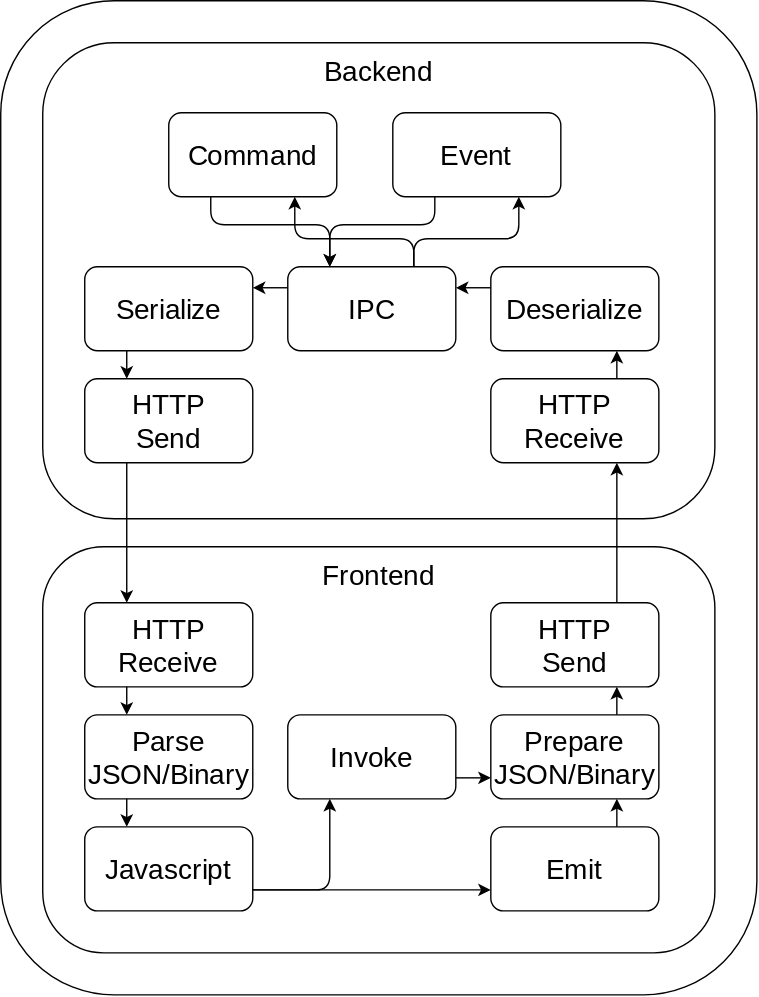
tauri-apps/tauri-docs keeps this draw.io diagram as src/assets/diagrams/ipc.drawio.svg. Above is the earlier version. Source tidied: cells renumbered, new cells last; positions are measured from the earlier drawing's top-left corner, leaving out a move shared by most shapes. Its diagram source:
```xml
<mxGraphModel>
  <root>
    <mxCell id="0" />
    <mxCell id="1" parent="0" />
    <mxCell id="2" style="rounded=1;whiteSpace=wrap;html=1;fillColor=none;" parent="1" vertex="1">
      <mxGeometry width="540" height="710" as="geometry" />
    </mxCell>
    <mxCell id="3" style="rounded=1;whiteSpace=wrap;html=1;fillColor=none;" parent="1" vertex="1">
      <mxGeometry x="30" y="390" width="480" height="290" as="geometry" />
    </mxCell>
    <mxCell id="4" style="rounded=1;whiteSpace=wrap;html=1;fillColor=none;" parent="1" vertex="1">
      <mxGeometry x="30" y="30" width="480" height="340" as="geometry" />
    </mxCell>
    <mxCell id="5" style="edgeStyle=none;html=1;exitX=0.25;exitY=1;exitDx=0;exitDy=0;entryX=0.25;entryY=0;entryDx=0;entryDy=0;fontFamily=Architects Daughter;fontSource=https%3A%2F%2Ffonts.googleapis.com%2Fcss%3Ffamily%3DArchitects%2BDaughter;fontSize=20;fontColor=default;" parent="1" edge="1" source="6" target="18">
      <mxGeometry relative="1" as="geometry">
        <Array as="points">
          <mxPoint x="150" y="160" />
          <mxPoint x="235" y="160" />
        </Array>
      </mxGeometry>
    </mxCell>
    <mxCell id="6" value="Command" style="rounded=1;whiteSpace=wrap;html=1;hachureGap=4;fontFamily=Architects Daughter;fontSource=https%3A%2F%2Ffonts.googleapis.com%2Fcss%3Ffamily%3DArchitects%2BDaughter;fontSize=20;fillColor=none;" parent="1" vertex="1">
      <mxGeometry x="120" y="80" width="120" height="60" as="geometry" />
    </mxCell>
    <mxCell id="7" style="edgeStyle=none;html=1;exitX=0.25;exitY=1;exitDx=0;exitDy=0;entryX=0.25;entryY=0;entryDx=0;entryDy=0;fontFamily=Architects Daughter;fontSource=https%3A%2F%2Ffonts.googleapis.com%2Fcss%3Ffamily%3DArchitects%2BDaughter;fontSize=20;fontColor=default;" parent="1" edge="1" source="8" target="18">
      <mxGeometry relative="1" as="geometry">
        <Array as="points">
          <mxPoint x="310" y="160" />
          <mxPoint x="235" y="160" />
        </Array>
      </mxGeometry>
    </mxCell>
    <mxCell id="8" value="Event" style="rounded=1;whiteSpace=wrap;html=1;hachureGap=4;fontFamily=Architects Daughter;fontSource=https%3A%2F%2Ffonts.googleapis.com%2Fcss%3Ffamily%3DArchitects%2BDaughter;fontSize=20;fillColor=none;" parent="1" vertex="1">
      <mxGeometry x="280" y="80" width="120" height="60" as="geometry" />
    </mxCell>
    <mxCell id="9" style="edgeStyle=none;html=1;exitX=0.25;exitY=1;exitDx=0;exitDy=0;entryX=0.25;entryY=0;entryDx=0;entryDy=0;fontFamily=Architects Daughter;fontSource=https%3A%2F%2Ffonts.googleapis.com%2Fcss%3Ffamily%3DArchitects%2BDaughter;fontSize=20;fontColor=default;" parent="1" edge="1" source="10" target="12">
      <mxGeometry relative="1" as="geometry" />
    </mxCell>
    <mxCell id="10" value="HTTP&lt;br&gt;Receive" style="rounded=1;whiteSpace=wrap;html=1;hachureGap=4;fontFamily=Architects Daughter;fontSource=https%3A%2F%2Ffonts.googleapis.com%2Fcss%3Ffamily%3DArchitects%2BDaughter;fontSize=20;fillColor=none;" parent="1" vertex="1">
      <mxGeometry x="60" y="430" width="120" height="60" as="geometry" />
    </mxCell>
    <mxCell id="11" style="edgeStyle=none;html=1;exitX=0.25;exitY=1;exitDx=0;exitDy=0;entryX=0.25;entryY=0;entryDx=0;entryDy=0;fontFamily=Architects Daughter;fontSource=https%3A%2F%2Ffonts.googleapis.com%2Fcss%3Ffamily%3DArchitects%2BDaughter;fontSize=20;fontColor=default;" parent="1" edge="1" source="12" target="31">
      <mxGeometry relative="1" as="geometry" />
    </mxCell>
    <mxCell id="12" value="Parse&lt;br&gt;JSON/Binary" style="rounded=1;whiteSpace=wrap;html=1;hachureGap=4;fontFamily=Architects Daughter;fontSource=https%3A%2F%2Ffonts.googleapis.com%2Fcss%3Ffamily%3DArchitects%2BDaughter;fontSize=20;fillColor=none;" parent="1" vertex="1">
      <mxGeometry x="60" y="510" width="120" height="60" as="geometry" />
    </mxCell>
    <mxCell id="13" value="Backend" style="text;html=1;strokeColor=none;fillColor=none;align=center;verticalAlign=middle;whiteSpace=wrap;rounded=0;fontFamily=Architects Daughter;fontSource=https%3A%2F%2Ffonts.googleapis.com%2Fcss%3Ffamily%3DArchitects%2BDaughter;labelBorderColor=none;labelBackgroundColor=none;fontColor=default;fontSize=20;perimeter=none;strokeOpacity=0;fillOpacity=0;noLabel=0;comic=0;" parent="1" vertex="1">
      <mxGeometry x="225" y="30" width="90" height="40" as="geometry" />
    </mxCell>
    <mxCell id="14" value="Frontend" style="text;html=1;strokeColor=none;fillColor=none;align=center;verticalAlign=middle;whiteSpace=wrap;rounded=0;fontFamily=Architects Daughter;fontSource=https%3A%2F%2Ffonts.googleapis.com%2Fcss%3Ffamily%3DArchitects%2BDaughter;labelBorderColor=none;labelBackgroundColor=none;fontColor=default;fontSize=20;" parent="1" vertex="1">
      <mxGeometry x="225" y="390" width="90" height="40" as="geometry" />
    </mxCell>
    <mxCell id="15" style="edgeStyle=none;html=1;exitX=0;exitY=0.25;exitDx=0;exitDy=0;entryX=1;entryY=0.25;entryDx=0;entryDy=0;fontFamily=Architects Daughter;fontSource=https%3A%2F%2Ffonts.googleapis.com%2Fcss%3Ffamily%3DArchitects%2BDaughter;fontSize=20;fontColor=default;" parent="1" edge="1" source="18" target="20">
      <mxGeometry relative="1" as="geometry" />
    </mxCell>
    <mxCell id="16" style="edgeStyle=none;html=1;exitX=0.75;exitY=0;exitDx=0;exitDy=0;entryX=0.75;entryY=1;entryDx=0;entryDy=0;fontFamily=Architects Daughter;fontSource=https%3A%2F%2Ffonts.googleapis.com%2Fcss%3Ffamily%3DArchitects%2BDaughter;fontSize=20;fontColor=default;" parent="1" edge="1" source="18" target="8">
      <mxGeometry relative="1" as="geometry">
        <Array as="points">
          <mxPoint x="295" y="170" />
          <mxPoint x="370" y="170" />
        </Array>
      </mxGeometry>
    </mxCell>
    <mxCell id="17" style="edgeStyle=none;html=1;exitX=0.75;exitY=0;exitDx=0;exitDy=0;entryX=0.75;entryY=1;entryDx=0;entryDy=0;fontFamily=Architects Daughter;fontSource=https%3A%2F%2Ffonts.googleapis.com%2Fcss%3Ffamily%3DArchitects%2BDaughter;fontSize=20;fontColor=default;" parent="1" edge="1" source="18" target="6">
      <mxGeometry relative="1" as="geometry">
        <Array as="points">
          <mxPoint x="295" y="170" />
          <mxPoint x="210" y="170" />
        </Array>
      </mxGeometry>
    </mxCell>
    <mxCell id="18" value="IPC" style="rounded=1;whiteSpace=wrap;html=1;hachureGap=4;fontFamily=Architects Daughter;fontSource=https%3A%2F%2Ffonts.googleapis.com%2Fcss%3Ffamily%3DArchitects%2BDaughter;fontSize=20;fillColor=none;" parent="1" vertex="1">
      <mxGeometry x="205" y="190" width="120" height="60" as="geometry" />
    </mxCell>
    <mxCell id="19" style="edgeStyle=none;html=1;exitX=0.25;exitY=1;exitDx=0;exitDy=0;entryX=0.25;entryY=0;entryDx=0;entryDy=0;fontFamily=Architects Daughter;fontSource=https%3A%2F%2Ffonts.googleapis.com%2Fcss%3Ffamily%3DArchitects%2BDaughter;fontSize=20;fontColor=default;" parent="1" edge="1" source="20" target="24">
      <mxGeometry relative="1" as="geometry" />
    </mxCell>
    <mxCell id="20" value="Serialize" style="rounded=1;whiteSpace=wrap;html=1;hachureGap=4;fontFamily=Architects Daughter;fontSource=https%3A%2F%2Ffonts.googleapis.com%2Fcss%3Ffamily%3DArchitects%2BDaughter;fontSize=20;fillColor=none;" parent="1" vertex="1">
      <mxGeometry x="60" y="190" width="120" height="60" as="geometry" />
    </mxCell>
    <mxCell id="21" style="edgeStyle=none;html=1;exitX=0;exitY=0.25;exitDx=0;exitDy=0;entryX=1;entryY=0.25;entryDx=0;entryDy=0;fontFamily=Architects Daughter;fontSource=https%3A%2F%2Ffonts.googleapis.com%2Fcss%3Ffamily%3DArchitects%2BDaughter;fontSize=20;fontColor=default;" parent="1" edge="1" source="22" target="18">
      <mxGeometry relative="1" as="geometry" />
    </mxCell>
    <mxCell id="22" value="Deserialize" style="rounded=1;whiteSpace=wrap;html=1;hachureGap=4;fontFamily=Architects Daughter;fontSource=https%3A%2F%2Ffonts.googleapis.com%2Fcss%3Ffamily%3DArchitects%2BDaughter;fontSize=20;fillColor=none;" parent="1" vertex="1">
      <mxGeometry x="350" y="190" width="120" height="60" as="geometry" />
    </mxCell>
    <mxCell id="23" style="edgeStyle=none;html=1;exitX=0.25;exitY=1;exitDx=0;exitDy=0;entryX=0.25;entryY=0;entryDx=0;entryDy=0;fontFamily=Architects Daughter;fontSource=https%3A%2F%2Ffonts.googleapis.com%2Fcss%3Ffamily%3DArchitects%2BDaughter;fontSize=20;fontColor=default;" parent="1" edge="1" source="24" target="10">
      <mxGeometry relative="1" as="geometry" />
    </mxCell>
    <mxCell id="24" value="HTTP&lt;br&gt;Send" style="rounded=1;whiteSpace=wrap;html=1;hachureGap=4;fontFamily=Architects Daughter;fontSource=https%3A%2F%2Ffonts.googleapis.com%2Fcss%3Ffamily%3DArchitects%2BDaughter;fontSize=20;fillColor=none;" parent="1" vertex="1">
      <mxGeometry x="60" y="270" width="120" height="60" as="geometry" />
    </mxCell>
    <mxCell id="25" style="edgeStyle=none;html=1;exitX=0.75;exitY=0;exitDx=0;exitDy=0;entryX=0.75;entryY=1;entryDx=0;entryDy=0;fontFamily=Architects Daughter;fontSource=https%3A%2F%2Ffonts.googleapis.com%2Fcss%3Ffamily%3DArchitects%2BDaughter;fontSize=20;fontColor=default;" parent="1" edge="1" source="26" target="22">
      <mxGeometry relative="1" as="geometry" />
    </mxCell>
    <mxCell id="26" value="HTTP&lt;br&gt;Receive" style="rounded=1;whiteSpace=wrap;html=1;hachureGap=4;fontFamily=Architects Daughter;fontSource=https%3A%2F%2Ffonts.googleapis.com%2Fcss%3Ffamily%3DArchitects%2BDaughter;fontSize=20;fillColor=none;" parent="1" vertex="1">
      <mxGeometry x="350" y="270" width="120" height="60" as="geometry" />
    </mxCell>
    <mxCell id="27" style="edgeStyle=none;html=1;exitX=0.75;exitY=0;exitDx=0;exitDy=0;entryX=0.75;entryY=1;entryDx=0;entryDy=0;fontFamily=Architects Daughter;fontSource=https%3A%2F%2Ffonts.googleapis.com%2Fcss%3Ffamily%3DArchitects%2BDaughter;fontSize=20;fontColor=default;" parent="1" edge="1" source="28" target="26">
      <mxGeometry relative="1" as="geometry" />
    </mxCell>
    <mxCell id="28" value="HTTP&lt;br&gt;Send" style="rounded=1;whiteSpace=wrap;html=1;hachureGap=4;fontFamily=Architects Daughter;fontSource=https%3A%2F%2Ffonts.googleapis.com%2Fcss%3Ffamily%3DArchitects%2BDaughter;fontSize=20;fillColor=none;" parent="1" vertex="1">
      <mxGeometry x="350" y="430" width="120" height="60" as="geometry" />
    </mxCell>
    <mxCell id="29" style="edgeStyle=none;html=1;exitX=1;exitY=0.75;exitDx=0;exitDy=0;entryX=0.25;entryY=1;entryDx=0;entryDy=0;fontFamily=Architects Daughter;fontSource=https%3A%2F%2Ffonts.googleapis.com%2Fcss%3Ffamily%3DArchitects%2BDaughter;fontSize=20;fontColor=default;" parent="1" edge="1" source="31" target="35">
      <mxGeometry relative="1" as="geometry">
        <Array as="points">
          <mxPoint x="235" y="635" />
        </Array>
      </mxGeometry>
    </mxCell>
    <mxCell id="30" style="edgeStyle=none;html=1;exitX=1;exitY=0.75;exitDx=0;exitDy=0;entryX=0;entryY=0.75;entryDx=0;entryDy=0;fontFamily=Architects Daughter;fontSource=https%3A%2F%2Ffonts.googleapis.com%2Fcss%3Ffamily%3DArchitects%2BDaughter;fontSize=20;fontColor=default;" parent="1" edge="1" source="31" target="33">
      <mxGeometry relative="1" as="geometry" />
    </mxCell>
    <mxCell id="31" value="Javascript" style="rounded=1;whiteSpace=wrap;html=1;hachureGap=4;fontFamily=Architects Daughter;fontSource=https%3A%2F%2Ffonts.googleapis.com%2Fcss%3Ffamily%3DArchitects%2BDaughter;fontSize=20;fillColor=none;" parent="1" vertex="1">
      <mxGeometry x="60" y="590" width="120" height="60" as="geometry" />
    </mxCell>
    <mxCell id="32" style="edgeStyle=none;html=1;exitX=0.75;exitY=0;exitDx=0;exitDy=0;entryX=0.75;entryY=1;entryDx=0;entryDy=0;fontFamily=Architects Daughter;fontSource=https%3A%2F%2Ffonts.googleapis.com%2Fcss%3Ffamily%3DArchitects%2BDaughter;fontSize=20;fontColor=default;" parent="1" edge="1" source="33" target="37">
      <mxGeometry relative="1" as="geometry" />
    </mxCell>
    <mxCell id="33" value="Emit" style="rounded=1;whiteSpace=wrap;html=1;hachureGap=4;fontFamily=Architects Daughter;fontSource=https%3A%2F%2Ffonts.googleapis.com%2Fcss%3Ffamily%3DArchitects%2BDaughter;fontSize=20;fillColor=none;" parent="1" vertex="1">
      <mxGeometry x="350" y="590" width="120" height="60" as="geometry" />
    </mxCell>
    <mxCell id="34" style="edgeStyle=none;html=1;exitX=1;exitY=0.75;exitDx=0;exitDy=0;entryX=0;entryY=0.75;entryDx=0;entryDy=0;fontFamily=Architects Daughter;fontSource=https%3A%2F%2Ffonts.googleapis.com%2Fcss%3Ffamily%3DArchitects%2BDaughter;fontSize=20;fontColor=default;" parent="1" edge="1" source="35" target="37">
      <mxGeometry relative="1" as="geometry" />
    </mxCell>
    <mxCell id="35" value="Invoke" style="rounded=1;whiteSpace=wrap;html=1;hachureGap=4;fontFamily=Architects Daughter;fontSource=https%3A%2F%2Ffonts.googleapis.com%2Fcss%3Ffamily%3DArchitects%2BDaughter;fontSize=20;fillColor=none;" parent="1" vertex="1">
      <mxGeometry x="205" y="510" width="120" height="60" as="geometry" />
    </mxCell>
    <mxCell id="36" style="edgeStyle=none;html=1;exitX=0.75;exitY=0;exitDx=0;exitDy=0;entryX=0.75;entryY=1;entryDx=0;entryDy=0;fontFamily=Architects Daughter;fontSource=https%3A%2F%2Ffonts.googleapis.com%2Fcss%3Ffamily%3DArchitects%2BDaughter;fontSize=20;fontColor=default;" parent="1" edge="1" source="37" target="28">
      <mxGeometry relative="1" as="geometry" />
    </mxCell>
    <mxCell id="37" value="Prepare&lt;br&gt;JSON/Binary" style="rounded=1;whiteSpace=wrap;html=1;hachureGap=4;fontFamily=Architects Daughter;fontSource=https%3A%2F%2Ffonts.googleapis.com%2Fcss%3Ffamily%3DArchitects%2BDaughter;fontSize=20;fillColor=none;" parent="1" vertex="1">
      <mxGeometry x="350" y="510" width="120" height="60" as="geometry" />
    </mxCell>
  </root>
</mxGraphModel>
```
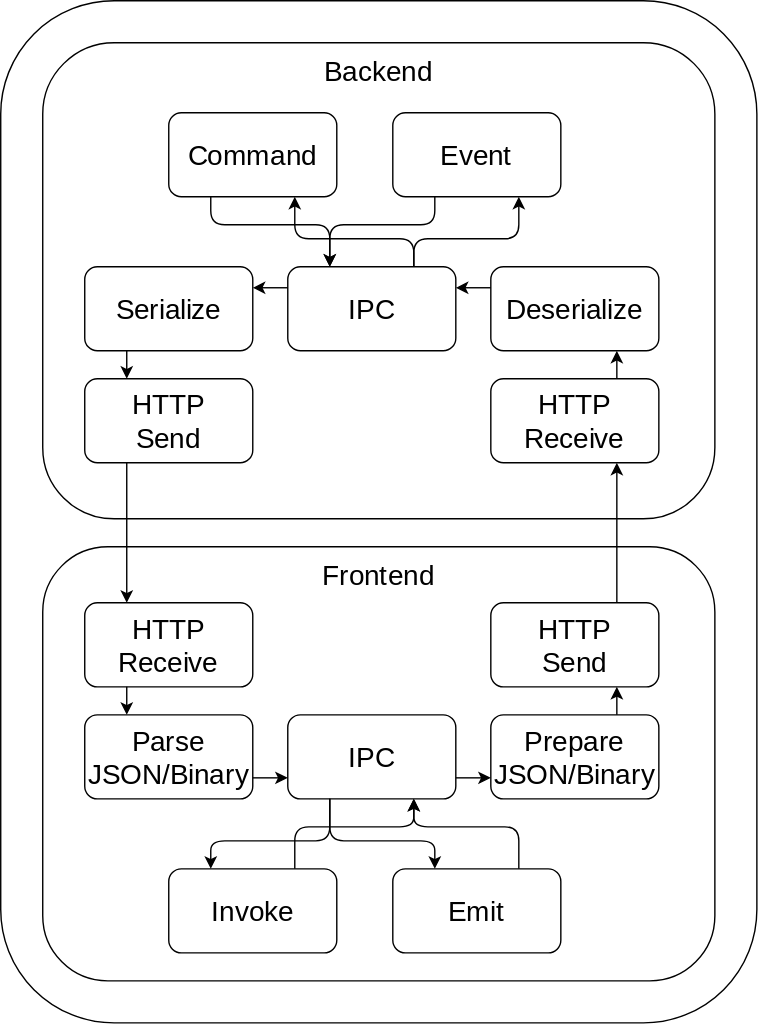
The same file after the commit.

Diff of the diagram source:
```diff
@@ -3,10 +3,10 @@
     <mxCell id="0" />
     <mxCell id="1" parent="0" />
     <mxCell id="2" style="rounded=1;whiteSpace=wrap;html=1;fillColor=none;" parent="1" vertex="1">
-      <mxGeometry width="540" height="710" as="geometry" />
+      <mxGeometry width="540" height="730" as="geometry" />
     </mxCell>
     <mxCell id="3" style="rounded=1;whiteSpace=wrap;html=1;fillColor=none;" parent="1" vertex="1">
-      <mxGeometry x="30" y="390" width="480" height="290" as="geometry" />
+      <mxGeometry x="30" y="390" width="480" height="310" as="geometry" />
     </mxCell>
     <mxCell id="4" style="rounded=1;whiteSpace=wrap;html=1;fillColor=none;" parent="1" vertex="1">
       <mxGeometry x="30" y="30" width="480" height="340" as="geometry" />
@@ -39,7 +39,7 @@
     <mxCell id="10" value="HTTP&lt;br&gt;Receive" style="rounded=1;whiteSpace=wrap;html=1;hachureGap=4;fontFamily=Architects Daughter;fontSource=https%3A%2F%2Ffonts.googleapis.com%2Fcss%3Ffamily%3DArchitects%2BDaughter;fontSize=20;fillColor=none;" parent="1" vertex="1">
       <mxGeometry x="60" y="430" width="120" height="60" as="geometry" />
     </mxCell>
-    <mxCell id="11" style="edgeStyle=none;html=1;exitX=0.25;exitY=1;exitDx=0;exitDy=0;entryX=0.25;entryY=0;entryDx=0;entryDy=0;fontFamily=Architects Daughter;fontSource=https%3A%2F%2Ffonts.googleapis.com%2Fcss%3Ffamily%3DArchitects%2BDaughter;fontSize=20;fontColor=default;" parent="1" edge="1" source="12" target="31">
+    <mxCell id="11" style="edgeStyle=none;html=1;exitX=1;exitY=0.75;exitDx=0;exitDy=0;entryX=0;entryY=0.75;entryDx=0;entryDy=0;fontFamily=Architects Daughter;fontSource=https%3A%2F%2Ffonts.googleapis.com%2Fcss%3Ffamily%3DArchitects%2BDaughter;fontSize=20;fontColor=default;" parent="1" edge="1" source="12" target="31">
       <mxGeometry relative="1" as="geometry" />
     </mxCell>
     <mxCell id="12" value="Parse&lt;br&gt;JSON/Binary" style="rounded=1;whiteSpace=wrap;html=1;hachureGap=4;fontFamily=Architects Daughter;fontSource=https%3A%2F%2Ffonts.googleapis.com%2Fcss%3Ffamily%3DArchitects%2BDaughter;fontSize=20;fillColor=none;" parent="1" vertex="1">
@@ -103,30 +103,49 @@
     <mxCell id="28" value="HTTP&lt;br&gt;Send" style="rounded=1;whiteSpace=wrap;html=1;hachureGap=4;fontFamily=Architects Daughter;fontSource=https%3A%2F%2Ffonts.googleapis.com%2Fcss%3Ffamily%3DArchitects%2BDaughter;fontSize=20;fillColor=none;" parent="1" vertex="1">
       <mxGeometry x="350" y="430" width="120" height="60" as="geometry" />
     </mxCell>
+    <mxCell id="38" style="edgeStyle=none;html=1;exitX=1;exitY=0.75;exitDx=0;exitDy=0;entryX=0;entryY=0.75;entryDx=0;entryDy=0;fontFamily=Architects Daughter;fontSource=https%3A%2F%2Ffonts.googleapis.com%2Fcss%3Ffamily%3DArchitects%2BDaughter;fontSize=20;fontColor=default;" parent="1" edge="1" source="31" target="37">
+      <mxGeometry relative="1" as="geometry" />
+    </mxCell>
-    <mxCell id="29" style="edgeStyle=none;html=1;exitX=1;exitY=0.75;exitDx=0;exitDy=0;entryX=0.25;entryY=1;entryDx=0;entryDy=0;fontFamily=Architects Daughter;fontSource=https%3A%2F%2Ffonts.googleapis.com%2Fcss%3Ffamily%3DArchitects%2BDaughter;fontSize=20;fontColor=default;" parent="1" edge="1" source="31" target="35">
+    <mxCell id="29" style="edgeStyle=none;html=1;exitX=0.25;exitY=1;exitDx=0;exitDy=0;entryX=0.25;entryY=0;entryDx=0;entryDy=0;fontFamily=Architects Daughter;fontSource=https%3A%2F%2Ffonts.googleapis.com%2Fcss%3Ffamily%3DArchitects%2BDaughter;fontSize=20;fontColor=default;" parent="1" edge="1" source="31" target="35">
       <mxGeometry relative="1" as="geometry">
         <Array as="points">
-          <mxPoint x="235" y="635" />
+          <mxPoint x="235" y="600" />
+          <mxPoint x="150" y="600" />
         </Array>
       </mxGeometry>
     </mxCell>
-    <mxCell id="30" style="edgeStyle=none;html=1;exitX=1;exitY=0.75;exitDx=0;exitDy=0;entryX=0;entryY=0.75;entryDx=0;entryDy=0;fontFamily=Architects Daughter;fontSource=https%3A%2F%2Ffonts.googleapis.com%2Fcss%3Ffamily%3DArchitects%2BDaughter;fontSize=20;fontColor=default;" parent="1" edge="1" source="31" target="33">
-      <mxGeometry relative="1" as="geometry" />
+    <mxCell id="30" style="edgeStyle=none;html=1;exitX=0.25;exitY=1;exitDx=0;exitDy=0;entryX=0.25;entryY=0;entryDx=0;entryDy=0;fontFamily=Architects Daughter;fontSource=https%3A%2F%2Ffonts.googleapis.com%2Fcss%3Ffamily%3DArchitects%2BDaughter;fontSize=20;fontColor=default;" parent="1" edge="1" source="31" target="33">
+      <mxGeometry relative="1" as="geometry">
+        <Array as="points">
+          <mxPoint x="235" y="600" />
+          <mxPoint x="310" y="600" />
+        </Array>
+      </mxGeometry>
     </mxCell>
-    <mxCell id="31" value="Javascript" style="rounded=1;whiteSpace=wrap;html=1;hachureGap=4;fontFamily=Architects Daughter;fontSource=https%3A%2F%2Ffonts.googleapis.com%2Fcss%3Ffamily%3DArchitects%2BDaughter;fontSize=20;fillColor=none;" parent="1" vertex="1">
-      <mxGeometry x="60" y="590" width="120" height="60" as="geometry" />
+    <mxCell id="31" value="IPC" style="rounded=1;whiteSpace=wrap;html=1;hachureGap=4;fontFamily=Architects Daughter;fontSource=https%3A%2F%2Ffonts.googleapis.com%2Fcss%3Ffamily%3DArchitects%2BDaughter;fontSize=20;fillColor=none;" parent="1" vertex="1">
+      <mxGeometry x="205" y="510" width="120" height="60" as="geometry" />
     </mxCell>
-    <mxCell id="32" style="edgeStyle=none;html=1;exitX=0.75;exitY=0;exitDx=0;exitDy=0;entryX=0.75;entryY=1;entryDx=0;entryDy=0;fontFamily=Architects Daughter;fontSource=https%3A%2F%2Ffonts.googleapis.com%2Fcss%3Ffamily%3DArchitects%2BDaughter;fontSize=20;fontColor=default;" parent="1" edge="1" source="33" target="37">
-      <mxGeometry relative="1" as="geometry" />
-    </mxCell>
+    <mxCell id="39" style="edgeStyle=none;html=1;exitX=0.75;exitY=0;exitDx=0;exitDy=0;entryX=0.75;entryY=1;entryDx=0;entryDy=0;fontFamily=Architects Daughter;fontSource=https%3A%2F%2Ffonts.googleapis.com%2Fcss%3Ffamily%3DArchitects%2BDaughter;fontSize=20;fontColor=default;" parent="1" edge="1" source="33" target="31">
+      <mxGeometry relative="1" as="geometry">
+        <Array as="points">
+          <mxPoint x="370" y="590" />
+          <mxPoint x="295" y="590" />
+        </Array>
+      </mxGeometry>
+    </mxCell>
     <mxCell id="33" value="Emit" style="rounded=1;whiteSpace=wrap;html=1;hachureGap=4;fontFamily=Architects Daughter;fontSource=https%3A%2F%2Ffonts.googleapis.com%2Fcss%3Ffamily%3DArchitects%2BDaughter;fontSize=20;fillColor=none;" parent="1" vertex="1">
-      <mxGeometry x="350" y="590" width="120" height="60" as="geometry" />
+      <mxGeometry x="280" y="620" width="120" height="60" as="geometry" />
     </mxCell>
-    <mxCell id="34" style="edgeStyle=none;html=1;exitX=1;exitY=0.75;exitDx=0;exitDy=0;entryX=0;entryY=0.75;entryDx=0;entryDy=0;fontFamily=Architects Daughter;fontSource=https%3A%2F%2Ffonts.googleapis.com%2Fcss%3Ffamily%3DArchitects%2BDaughter;fontSize=20;fontColor=default;" parent="1" edge="1" source="35" target="37">
-      <mxGeometry relative="1" as="geometry" />
-    </mxCell>
+    <mxCell id="40" style="edgeStyle=none;html=1;exitX=0.75;exitY=0;exitDx=0;exitDy=0;entryX=0.75;entryY=1;entryDx=0;entryDy=0;fontFamily=Architects Daughter;fontSource=https%3A%2F%2Ffonts.googleapis.com%2Fcss%3Ffamily%3DArchitects%2BDaughter;fontSize=20;fontColor=default;" parent="1" edge="1" source="35" target="31">
+      <mxGeometry relative="1" as="geometry">
+        <Array as="points">
+          <mxPoint x="210" y="590" />
+          <mxPoint x="295" y="590" />
+        </Array>
+      </mxGeometry>
+    </mxCell>
     <mxCell id="35" value="Invoke" style="rounded=1;whiteSpace=wrap;html=1;hachureGap=4;fontFamily=Architects Daughter;fontSource=https%3A%2F%2Ffonts.googleapis.com%2Fcss%3Ffamily%3DArchitects%2BDaughter;fontSize=20;fillColor=none;" parent="1" vertex="1">
-      <mxGeometry x="205" y="510" width="120" height="60" as="geometry" />
+      <mxGeometry x="120" y="620" width="120" height="60" as="geometry" />
     </mxCell>
     <mxCell id="36" style="edgeStyle=none;html=1;exitX=0.75;exitY=0;exitDx=0;exitDy=0;entryX=0.75;entryY=1;entryDx=0;entryDy=0;fontFamily=Architects Daughter;fontSource=https%3A%2F%2Ffonts.googleapis.com%2Fcss%3Ffamily%3DArchitects%2BDaughter;fontSize=20;fontColor=default;" parent="1" edge="1" source="37" target="28">
       <mxGeometry relative="1" as="geometry" />
```
